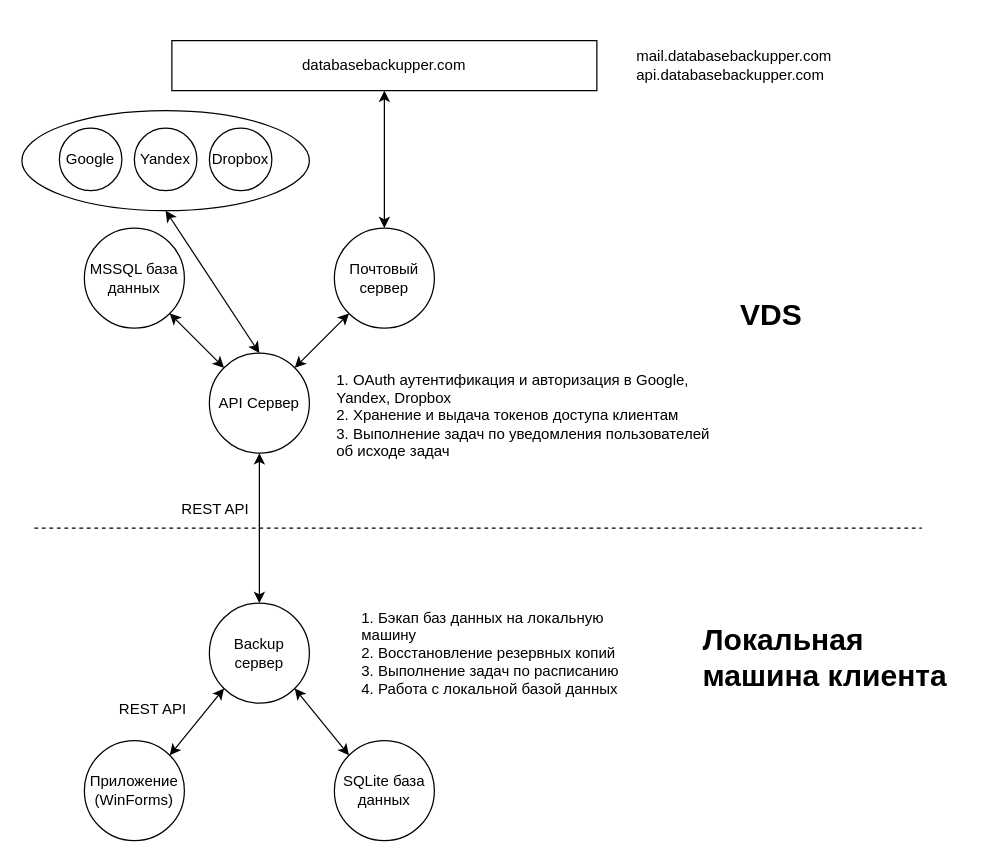
Before: page "Общая архитектура" (1 of 2) of Архитектура решения.drawio in nicemanman/DatabaseBackupper, a draw.io diagram. Source tidied: cells renumbered, new cells numbered last; positions are measured from the earlier drawing's top-left corner, leaving out a move shared by most shapes. Both pictures are drawn from the tidied source at 125%, with x=0, y=0 at pixel (21, 21).
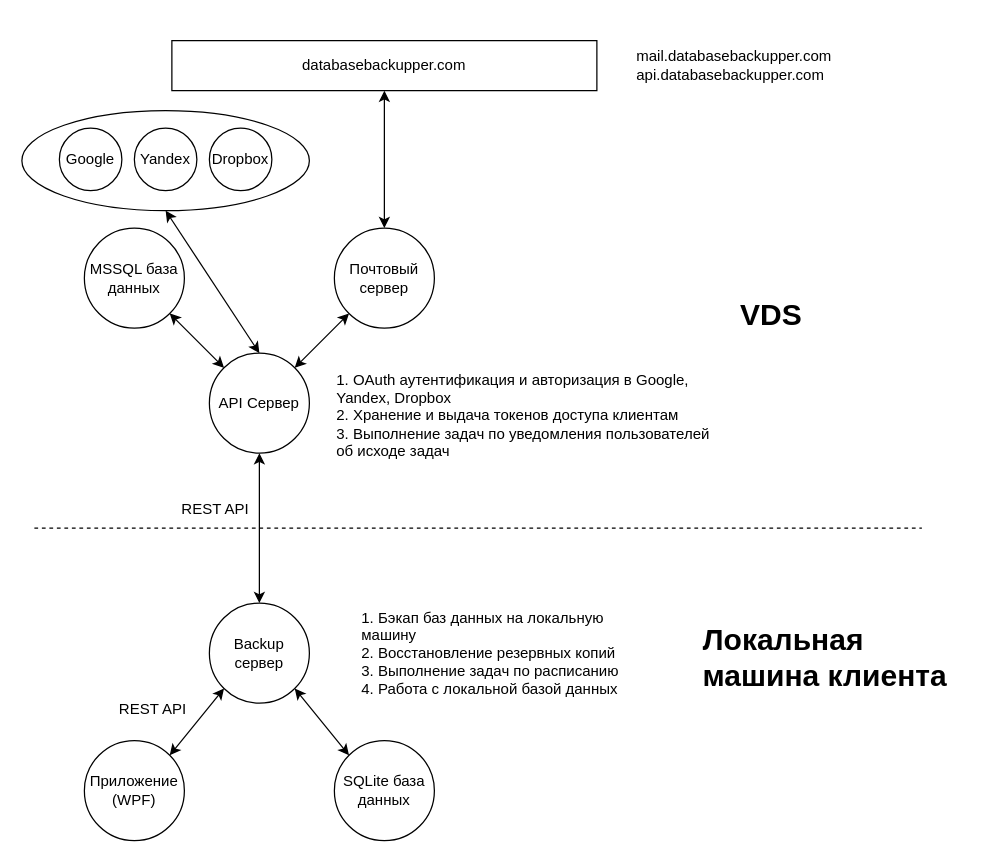
After the change.

The edit, as a diff of the source:
```diff
@@
-    <mxCell id="8" value="Приложение (WinForms)" style="ellipse;whiteSpace=wrap;html=1;" parent="1" vertex="1">
+    <mxCell id="8" value="Приложение (WPF)" style="ellipse;whiteSpace=wrap;html=1;" parent="1" vertex="1">
       <mxGeometry x="50" y="575" width="80" height="80" as="geometry" />
     </mxCell>
```
